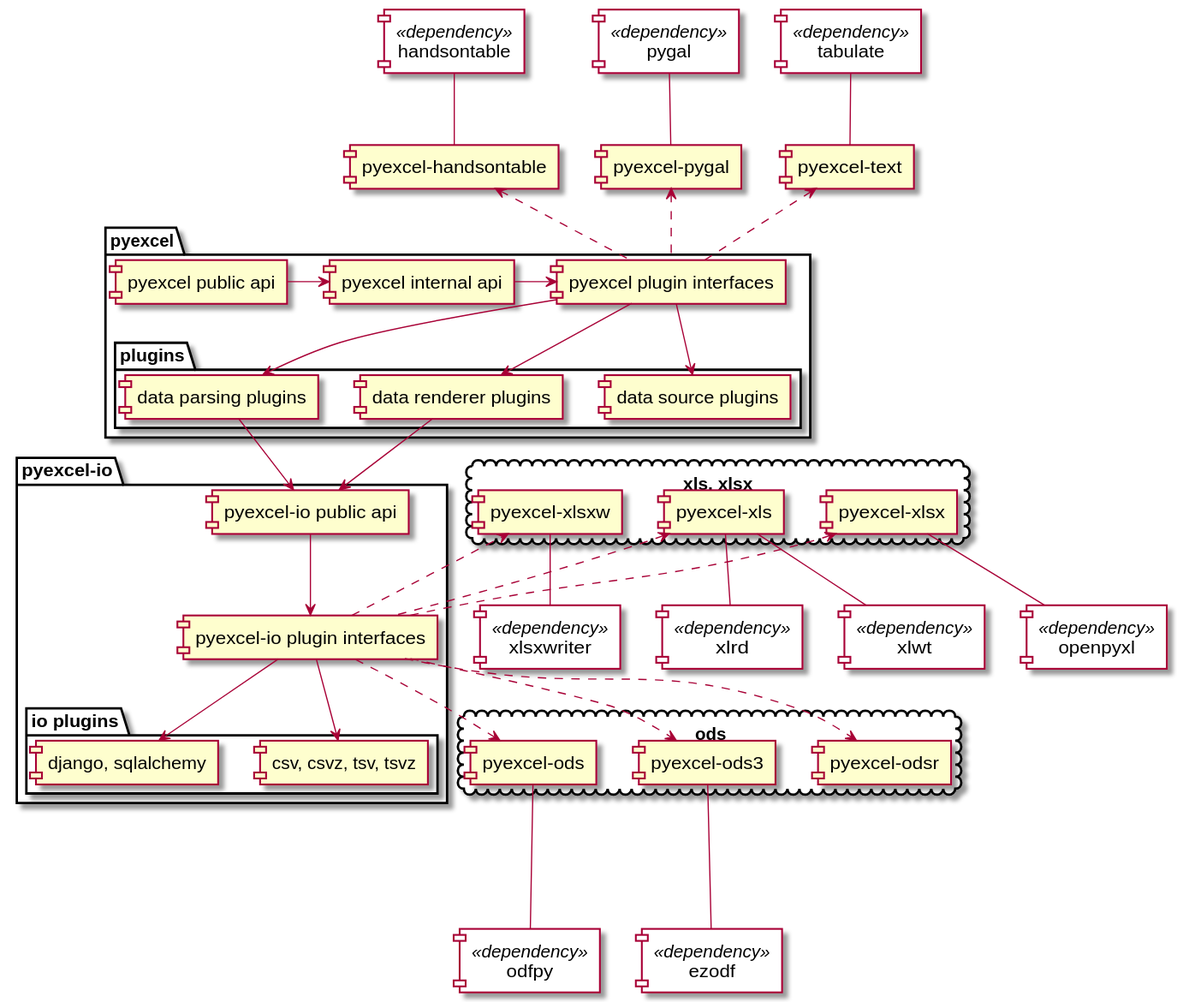
Above: docs/source/_static/images/architecture.svg in pyexcel/pyexcel (PlantUML), before the change. Its diagram source:
```plantuml
@startuml

package "pyexcel" {
[pyexcel public api]
[pyexcel internal api]
[pyexcel plugin interfaces]
folder "plugins" {
  [data source plugins]
  [data renderer plugins]
  [data parsing plugins]
 }
}

package "pyexcel-io" {
[pyexcel-io public api]
[pyexcel-io plugin interfaces]
folder "io plugins" {
  [csv, csvz, tsv, tsvz]
  [django, sqlalchemy]
 }
}

cloud "ods" {
[pyexcel-ods]
[pyexcel-ods3]
[pyexcel-odsr]
}

cloud "xls, xlsx" {
[pyexcel-xls]
[pyexcel-xlsx]
[pyexcel-xlsxw]
}

[tabulate] <<dependency>>
[pygal] <<dependency>>
[handsontable] <<dependency>>
[xlrd] <<dependency>>
[xlwt] <<dependency>>
[openpyxl] <<dependency>>
[xlsxwriter] <<dependency>>
[ezodf] <<dependency>>
[odfpy] <<dependency>>

[pyexcel public api] -right-> [pyexcel internal api]
[pyexcel internal api] -right-> [pyexcel plugin interfaces]
[pyexcel plugin interfaces] .up.> [pyexcel-text]
[pyexcel plugin interfaces] .up.> [pyexcel-pygal]
[pyexcel plugin interfaces] .up.> [pyexcel-handsontable]
[pyexcel plugin interfaces] --> [data source plugins]
[pyexcel plugin interfaces] --> [data renderer plugins]
[pyexcel plugin interfaces] --> [data parsing plugins]

[data renderer plugins]  -down-> [pyexcel-io public api]
[data parsing plugins] --> [pyexcel-io public api]

[pyexcel-io public api] --> [pyexcel-io plugin interfaces]
[pyexcel-io plugin interfaces] --> [csv, csvz, tsv, tsvz]
[pyexcel-io plugin interfaces] --> [django, sqlalchemy]
[pyexcel-io plugin interfaces] .up.> [pyexcel-xls]
[pyexcel-io plugin interfaces] .up.> [pyexcel-xlsx]
[pyexcel-io plugin interfaces] .left.> [pyexcel-ods]
[pyexcel-io plugin interfaces] .right.> [pyexcel-ods3]
[pyexcel-io plugin interfaces] .right.> [pyexcel-xlsxw]
[pyexcel-io plugin interfaces] .right.> [pyexcel-odsr]

[pyexcel-text] -up- [tabulate]
[pyexcel-pygal] -up- [pygal]
[pyexcel-handsontable] -up- [handsontable]
[pyexcel-xls] -right- [xlrd]
[pyexcel-xls] -right- [xlwt]
[pyexcel-xlsx] -right- [openpyxl]
[pyexcel-xlsxw] -down- [xlsxwriter]
[pyexcel-ods3] --- [ezodf]
[pyexcel-ods] --- [odfpy]

skinparam component{

backgroundColor<<dependency>> White

}

@enduml
```
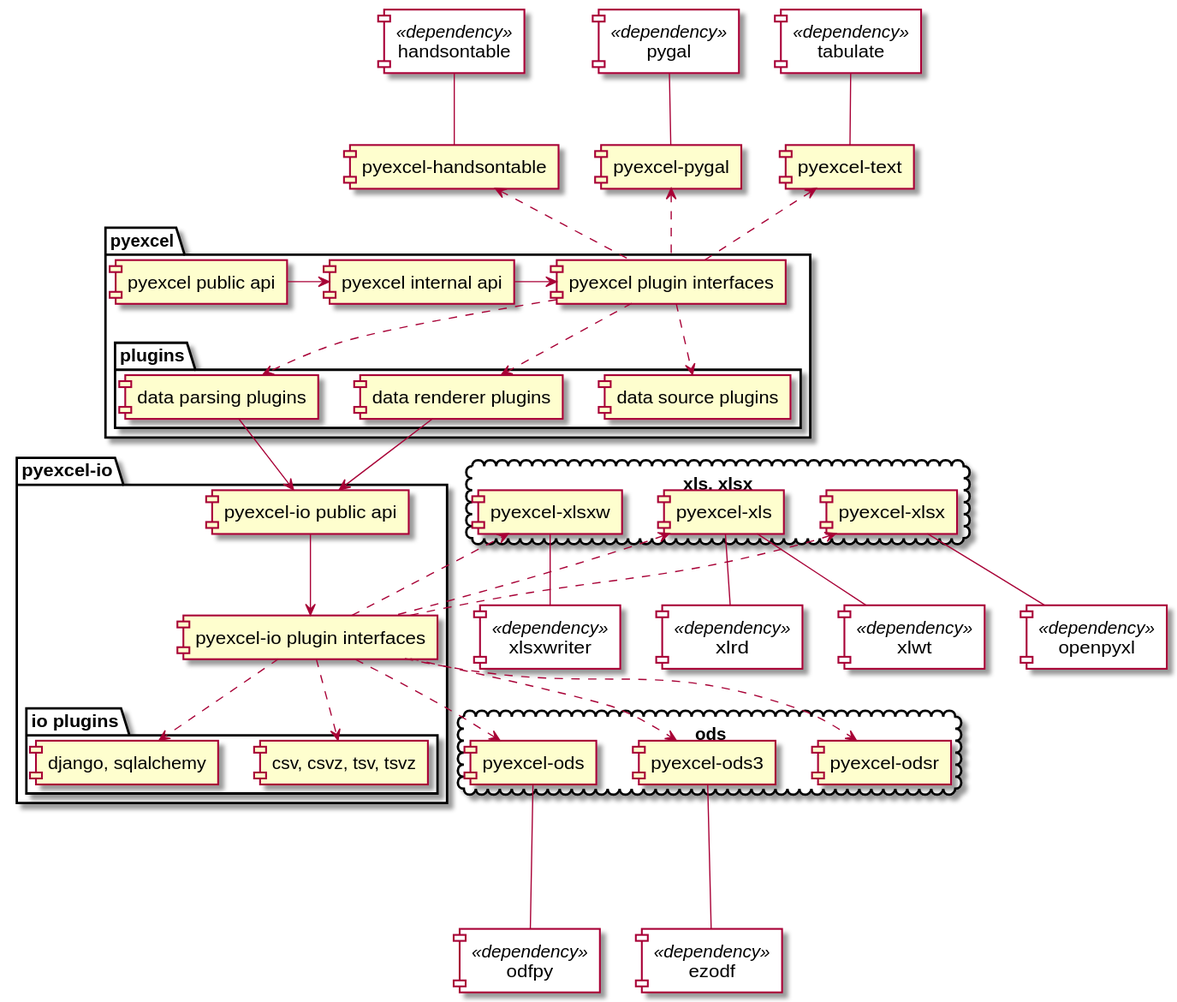
Above is the later version.

Diff of the diagram source:
```diff
@@ -47,16 +47,16 @@
 [pyexcel plugin interfaces] .up.> [pyexcel-text]
 [pyexcel plugin interfaces] .up.> [pyexcel-pygal]
 [pyexcel plugin interfaces] .up.> [pyexcel-handsontable]
-[pyexcel plugin interfaces] --> [data source plugins]
-[pyexcel plugin interfaces] --> [data renderer plugins]
-[pyexcel plugin interfaces] --> [data parsing plugins]
+[pyexcel plugin interfaces] ..> [data source plugins]
+[pyexcel plugin interfaces] ..> [data renderer plugins]
+[pyexcel plugin interfaces] ..> [data parsing plugins]
 
 [data renderer plugins]  -down-> [pyexcel-io public api]
 [data parsing plugins] --> [pyexcel-io public api]
 
 [pyexcel-io public api] --> [pyexcel-io plugin interfaces]
-[pyexcel-io plugin interfaces] --> [csv, csvz, tsv, tsvz]
-[pyexcel-io plugin interfaces] --> [django, sqlalchemy]
+[pyexcel-io plugin interfaces] ..> [csv, csvz, tsv, tsvz]
+[pyexcel-io plugin interfaces] ..> [django, sqlalchemy]
 [pyexcel-io plugin interfaces] .up.> [pyexcel-xls]
 [pyexcel-io plugin interfaces] .up.> [pyexcel-xlsx]
 [pyexcel-io plugin interfaces] .left.> [pyexcel-ods]
```
